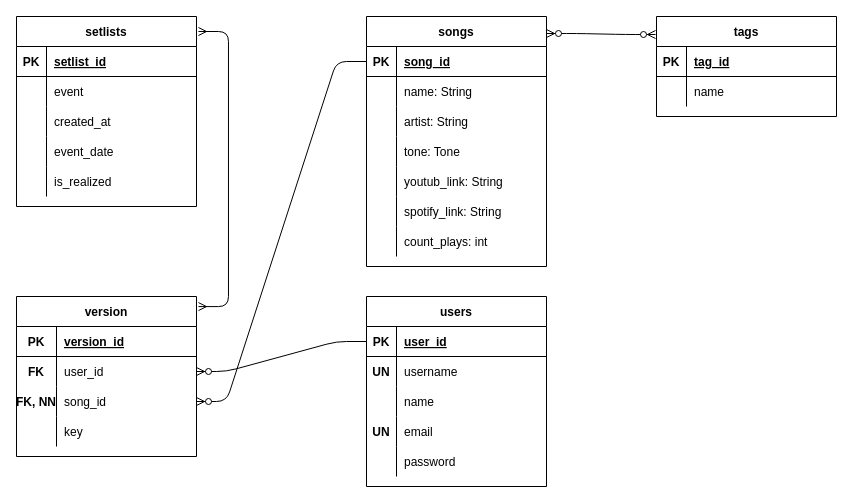
igormateus/repertapp-api keeps this draw.io diagram as diagram.drawio. Above is the earlier version. Source tidied: cells renumbered, new cells numbered last; positions are measured from the earlier drawing's top-left corner, leaving out a move shared by most shapes. Both pictures are drawn from the tidied source at 100%, with x=0, y=0 at pixel (16, 16).
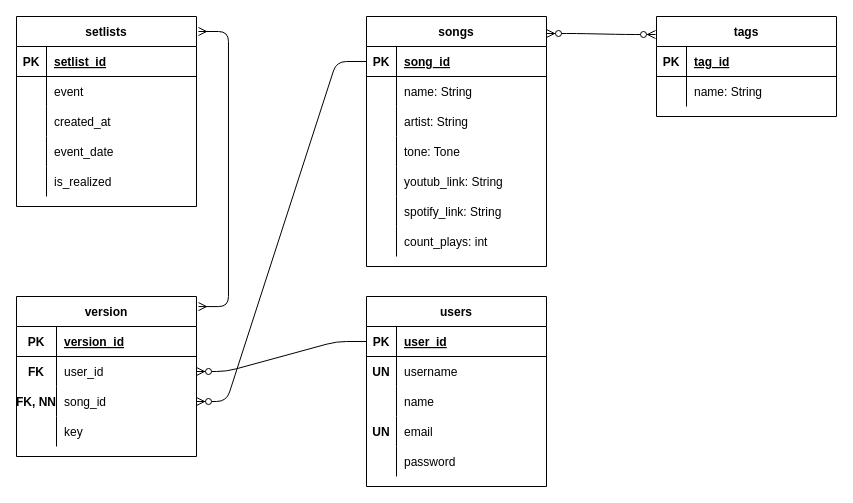
The same page after the edit.

Unchanged cells that the change refers to:
```xml
<mxCell id="44" style="shape=partialRectangle;fillColor=none;top=0;left=0;bottom=0;right=0;" parent="40" vertex="1">
  <mxGeometry y="60" width="180" height="30" as="geometry" />
</mxCell>
```

Diff of the diagram source:
```diff
@@
-    <mxCell id="46" value="name" style="shape=partialRectangle;fillColor=none;top=0;left=0;bottom=0;right=0;align=left;spacingLeft=6;overflow=hidden;" parent="44" vertex="1">
+    <mxCell id="46" value="name: String" style="shape=partialRectangle;fillColor=none;top=0;left=0;bottom=0;right=0;align=left;spacingLeft=6;overflow=hidden;" parent="44" vertex="1">
       <mxGeometry x="30" width="150" height="30" as="geometry" />
     </mxCell>
```
